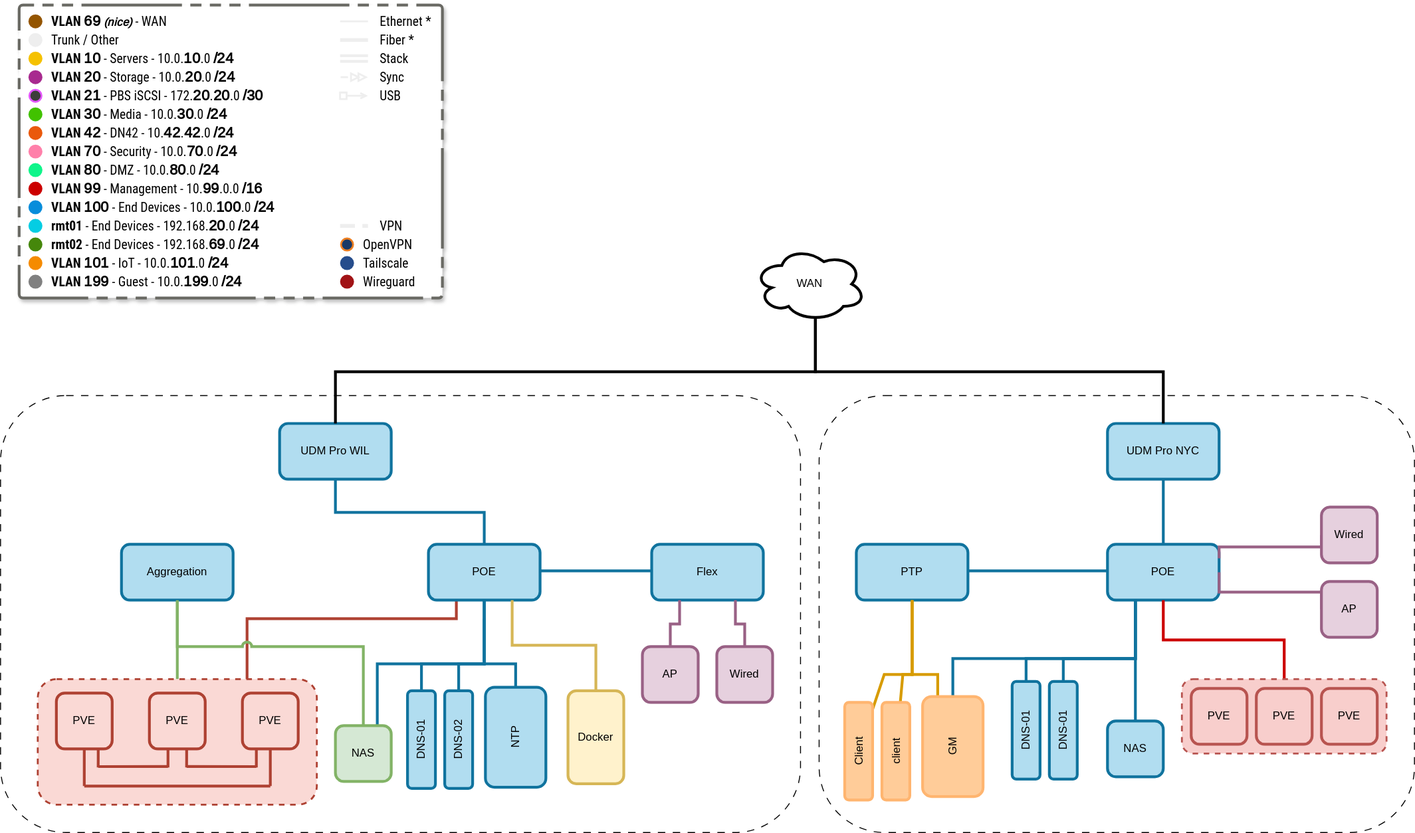
sfcal/homelab keeps this draw.io diagram as docs/assets/network.drawio.svg. Above is the earlier version. Source tidied: cells renumbered, new cells last; positions are measured from the earlier drawing's top-left corner, leaving out a move shared by most shapes.
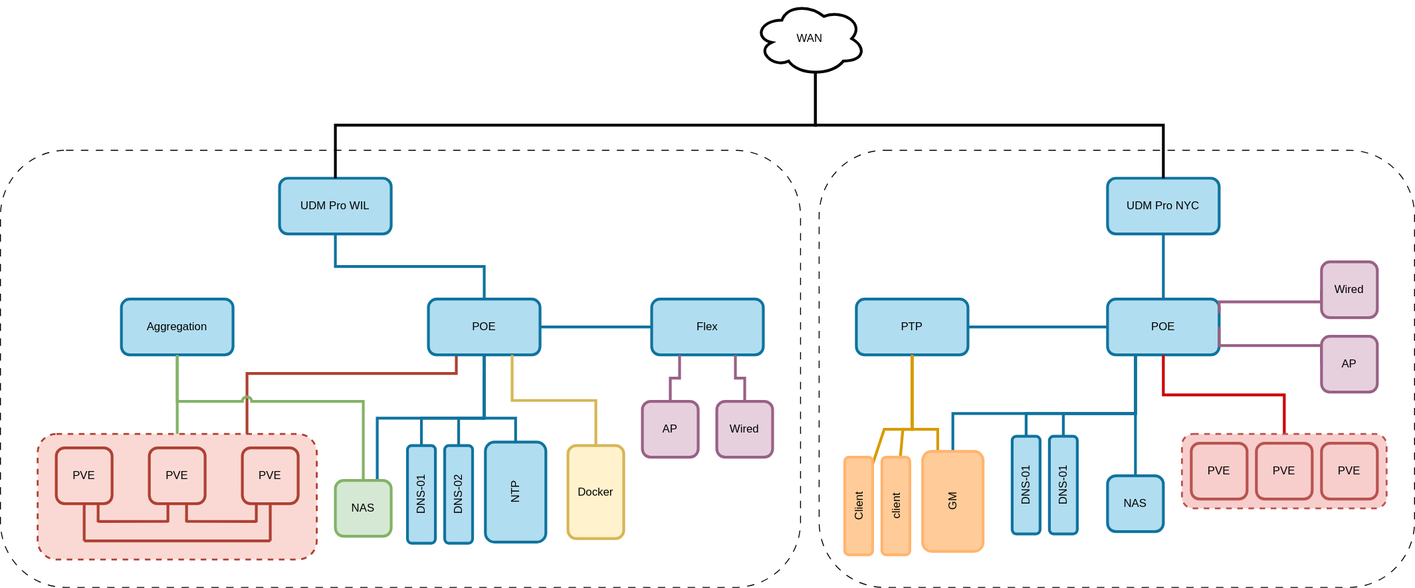
Above is the later version.

Change to the diagram source:
```diff
@@ -257,98 +257,5 @@
     <mxCell id="70" value="NAS" style="rounded=1;whiteSpace=wrap;html=1;fillColor=#b1ddf0;strokeColor=#10739e;strokeWidth=3;" parent="1" vertex="1">
       <mxGeometry x="1190" y="770" width="60" height="60" as="geometry" />
     </mxCell>
-    <mxCell id="71" style="whiteSpace=wrap;html=1;rounded=1;arcSize=8;shadow=1;glass=0;dashed=1;comic=0;strokeColor=#696963;strokeWidth=3;fillColor=#FFFFFF;fontSize=16;fontColor=#000000;align=left;labelPosition=center;verticalLabelPosition=top;verticalAlign=bottom;fontStyle=3;dashPattern=4 3 4 3 4 3 36 3;fontFamily=Titillium Web;fontSource=https%3A%2F%2Ffonts.googleapis.com%2Fcss%3Ffamily%3DTitillium%2BWeb;absoluteArcSize=1;" parent="1" vertex="1">
-      <mxGeometry x="20" width="455" height="315" as="geometry" />
-    </mxCell>
-    <mxCell id="72" value="Ethernet &lt;font&gt;*&lt;/font&gt;" style="edgeStyle=orthogonalEdgeStyle;rounded=0;orthogonalLoop=1;jettySize=auto;html=1;endArrow=none;endFill=0;strokeColor=#EEEEEE;strokeWidth=2;fontColor=#000000;labelPosition=right;verticalLabelPosition=middle;align=left;verticalAlign=middle;fontSize=14;labelBackgroundColor=none;spacingLeft=10;fontFamily=Roboto Condensed;" parent="71" edge="1">
-      <mxGeometry x="1" relative="1" as="geometry">
-        <mxPoint x="345" y="17.5" as="sourcePoint" />
-        <mxPoint x="375" y="17.5" as="targetPoint" />
-      </mxGeometry>
-    </mxCell>
-    <mxCell id="73" value="VPN" style="edgeStyle=orthogonalEdgeStyle;rounded=0;orthogonalLoop=1;jettySize=auto;html=1;endArrow=none;endFill=0;strokeColor=#EEEEEE;strokeWidth=4;fontColor=#000000;labelPosition=right;verticalLabelPosition=middle;align=left;verticalAlign=middle;fontSize=14;labelBackgroundColor=none;dashed=1;dashPattern=1 1;spacingLeft=10;dashPattern=4 2;fontFamily=Roboto Condensed;" parent="71" edge="1">
-      <mxGeometry x="1" relative="1" as="geometry">
-        <mxPoint x="345" y="237.5" as="sourcePoint" />
-        <mxPoint x="375" y="237.5" as="targetPoint" />
-      </mxGeometry>
-    </mxCell>
-    <mxCell id="74" value="Stack" style="edgeStyle=orthogonalEdgeStyle;rounded=0;orthogonalLoop=1;jettySize=auto;html=1;endArrow=none;endFill=0;strokeColor=#EEEEEE;strokeWidth=3;fontColor=#000000;labelPosition=right;verticalLabelPosition=middle;align=left;verticalAlign=middle;fontSize=14;labelBackgroundColor=none;spacingLeft=10;shape=link;fontFamily=Roboto Condensed;" parent="71" edge="1">
-      <mxGeometry x="1" relative="1" as="geometry">
-        <mxPoint x="345" y="57.5" as="sourcePoint" />
-        <mxPoint x="375" y="57.5" as="targetPoint" />
-      </mxGeometry>
-    </mxCell>
-    <mxCell id="75" value="&lt;span style=&quot;text-align: left; font-size: 14px;&quot;&gt;Trunk / Other&lt;/span&gt;" style="ellipse;html=1;strokeColor=none;fillColor=#eeeeee;labelPosition=right;verticalLabelPosition=middle;align=left;verticalAlign=middle;spacingLeft=8;fontSize=14;fontColor=#000000;fontFamily=Roboto Condensed;" parent="71" vertex="1">
-      <mxGeometry x="10" y="30" width="15" height="15" as="geometry" />
-    </mxCell>
-    <mxCell id="76" value="&lt;b style=&quot;&quot;&gt;VLAN &lt;font style=&quot;line-height: 0; font-size: 16px;&quot; face=&quot;Titillium Web&quot;&gt;10&lt;/font&gt;&lt;/b&gt;&amp;nbsp;- Servers - 10.0.&lt;font size=&quot;1&quot; face=&quot;Titillium Web&quot;&gt;&lt;b style=&quot;font-size: 16px; line-height: 0;&quot;&gt;10&lt;/b&gt;&lt;/font&gt;.0&amp;nbsp;&lt;b style=&quot;&quot;&gt;&lt;font style=&quot;line-height: 0; font-size: 16px;&quot; face=&quot;Titillium Web&quot;&gt;/24&lt;/font&gt;&lt;/b&gt;" style="ellipse;html=1;strokeColor=none;labelPosition=right;verticalLabelPosition=middle;align=left;verticalAlign=middle;spacingLeft=8;fillColor=#F5C100;fontSize=14;fontColor=#000000;fontFamily=Roboto Condensed;" parent="71" vertex="1">
-      <mxGeometry x="10" y="50" width="15" height="15" as="geometry" />
-    </mxCell>
-    <mxCell id="77" value="&lt;span style=&quot;font-size: 14px;&quot;&gt;&lt;b&gt;VLAN &lt;/b&gt;&lt;/span&gt;&lt;b&gt;&lt;font style=&quot;line-height: 0; font-size: 16px;&quot; face=&quot;Titillium Web&quot;&gt;20&lt;/font&gt;&lt;/b&gt;&amp;nbsp;- Storage&amp;nbsp;- 10.0.&lt;font size=&quot;1&quot; face=&quot;Titillium Web&quot;&gt;&lt;b style=&quot;&quot;&gt;&lt;span style=&quot;line-height: 0; font-size: 16px;&quot;&gt;20&lt;/span&gt;&lt;/b&gt;&lt;/font&gt;.0&amp;nbsp;&lt;b&gt;&lt;font style=&quot;line-height: 0; font-size: 16px;&quot; face=&quot;Titillium Web&quot;&gt;/24&lt;/font&gt;&lt;/b&gt;" style="ellipse;html=1;strokeColor=none;labelPosition=right;verticalLabelPosition=middle;align=left;verticalAlign=middle;spacingLeft=8;fillColor=#A82A8F;fontSize=14;fontColor=#000000;fontFamily=Roboto Condensed;" parent="71" vertex="1">
-      <mxGeometry x="10" y="70" width="15" height="15" as="geometry" />
-    </mxCell>
-    <mxCell id="78" value="&lt;b style=&quot;font-size: 14px;&quot;&gt;VLAN&amp;nbsp;&lt;/b&gt;&lt;b&gt;&lt;font style=&quot;line-height: 0; font-size: 16px;&quot; face=&quot;Titillium Web&quot;&gt;30&lt;/font&gt;&lt;/b&gt;&amp;nbsp;- Media&amp;nbsp;- 10.0.&lt;font size=&quot;1&quot; face=&quot;Titillium Web&quot;&gt;&lt;b style=&quot;font-size: 16px; line-height: 0;&quot;&gt;30&lt;/b&gt;&lt;/font&gt;.0&amp;nbsp;&lt;b&gt;&lt;font style=&quot;line-height: 0; font-size: 16px;&quot; face=&quot;Titillium Web&quot;&gt;/24&lt;/font&gt;&lt;/b&gt;" style="ellipse;html=1;strokeColor=none;labelPosition=right;verticalLabelPosition=middle;align=left;verticalAlign=middle;spacingLeft=8;fillColor=#41C200;fontSize=14;fontColor=#000000;fontFamily=Roboto Condensed;" parent="71" vertex="1">
-      <mxGeometry x="10" y="110" width="15" height="15" as="geometry" />
-    </mxCell>
-    <mxCell id="79" value="&lt;b style=&quot;font-size: 14px;&quot;&gt;VLAN&amp;nbsp;&lt;/b&gt;&lt;b&gt;&lt;font style=&quot;line-height: 0; font-size: 16px;&quot; face=&quot;Titillium Web&quot;&gt;70&lt;/font&gt;&lt;/b&gt;&amp;nbsp;- Security - 10.0.&lt;font size=&quot;1&quot; face=&quot;Titillium Web&quot;&gt;&lt;b style=&quot;&quot;&gt;&lt;span style=&quot;font-size: 16px; line-height: 0;&quot;&gt;70&lt;/span&gt;&lt;/b&gt;&lt;/font&gt;.0&amp;nbsp;&lt;b&gt;&lt;font style=&quot;line-height: 0; font-size: 16px;&quot; face=&quot;Titillium Web&quot;&gt;/24&lt;/font&gt;&lt;/b&gt;" style="ellipse;html=1;strokeColor=none;labelPosition=right;verticalLabelPosition=middle;align=left;verticalAlign=middle;spacingLeft=8;fillColor=#FF80AA;fontSize=14;fontColor=#000000;fontFamily=Roboto Condensed;" parent="71" vertex="1">
-      <mxGeometry x="10" y="150" width="15" height="15" as="geometry" />
-    </mxCell>
-    <mxCell id="80" value="&lt;b style=&quot;font-size: 14px;&quot;&gt;VLAN&amp;nbsp;&lt;/b&gt;&lt;b&gt;&lt;font style=&quot;line-height: 0; font-size: 16px;&quot; face=&quot;Titillium Web&quot;&gt;99&lt;/font&gt;&lt;/b&gt;&lt;b style=&quot;font-size: 14px;&quot;&gt;&amp;nbsp;&lt;/b&gt;- Management&amp;nbsp;- 10.&lt;font size=&quot;1&quot; face=&quot;Titillium Web&quot;&gt;&lt;b&gt;&lt;span style=&quot;font-size: 16px; line-height: 0;&quot;&gt;99&lt;/span&gt;&lt;/b&gt;&lt;/font&gt;.0.0&amp;nbsp;&lt;b&gt;&lt;font style=&quot;line-height: 0; font-size: 16px;&quot; face=&quot;Titillium Web&quot;&gt;/16&lt;/font&gt;&lt;/b&gt;" style="ellipse;html=1;strokeColor=none;labelPosition=right;verticalLabelPosition=middle;align=left;verticalAlign=middle;spacingLeft=8;fillColor=#c00;fontSize=14;fontColor=#000000;fontFamily=Roboto Condensed;" parent="71" vertex="1">
-      <mxGeometry x="10" y="190" width="15" height="15" as="geometry" />
-    </mxCell>
-    <mxCell id="81" value="&lt;b style=&quot;font-size: 14px;&quot;&gt;VLAN&amp;nbsp;&lt;/b&gt;&lt;b&gt;&lt;font style=&quot;line-height: 0; font-size: 16px;&quot; face=&quot;Titillium Web&quot;&gt;100&lt;/font&gt;&lt;/b&gt;&lt;b style=&quot;font-size: 14px;&quot;&gt;&amp;nbsp;&lt;/b&gt;- End Devices&amp;nbsp;- 10.0.&lt;font size=&quot;1&quot; face=&quot;Titillium Web&quot;&gt;&lt;b style=&quot;font-size: 16px; line-height: 0;&quot;&gt;100&lt;/b&gt;&lt;/font&gt;.0&amp;nbsp;&lt;b&gt;&lt;font style=&quot;line-height: 0; font-size: 16px;&quot; face=&quot;Titillium Web&quot;&gt;/24&lt;/font&gt;&lt;/b&gt;" style="ellipse;html=1;strokeColor=none;labelPosition=right;verticalLabelPosition=middle;align=left;verticalAlign=middle;spacingLeft=8;fillColor=#078DDB;fontSize=14;fontColor=#000000;fontFamily=Roboto Condensed;" parent="71" vertex="1">
-      <mxGeometry x="10" y="210" width="15" height="15" as="geometry" />
-    </mxCell>
-    <mxCell id="82" value="&lt;b style=&quot;font-size: 14px;&quot;&gt;VLAN &lt;/b&gt;&lt;b&gt;&lt;font style=&quot;line-height: 0; font-size: 16px;&quot; face=&quot;Titillium Web&quot;&gt;101&lt;/font&gt;&lt;/b&gt;&amp;nbsp;- IoT - 10.0.&lt;font size=&quot;1&quot; face=&quot;Titillium Web&quot;&gt;&lt;b style=&quot;font-size: 16px; line-height: 0;&quot;&gt;101&lt;/b&gt;&lt;/font&gt;.0&amp;nbsp;&lt;b&gt;&lt;font style=&quot;line-height: 0; font-size: 16px;&quot; face=&quot;Titillium Web&quot;&gt;/24&lt;/font&gt;&lt;/b&gt;" style="ellipse;html=1;strokeColor=none;labelPosition=right;verticalLabelPosition=middle;align=left;verticalAlign=middle;spacingLeft=8;fillColor=#F58B00;fontSize=14;fontColor=#000000;fontFamily=Roboto Condensed;" parent="71" vertex="1">
-      <mxGeometry x="10" y="270" width="15" height="15" as="geometry" />
-    </mxCell>
-    <mxCell id="83" value="Tailscale" style="ellipse;html=1;strokeColor=none;labelPosition=right;verticalLabelPosition=middle;align=left;verticalAlign=middle;spacingLeft=8;fillColor=#264D8C;fontSize=14;fontColor=#000000;strokeWidth=2;fontFamily=Roboto Condensed;" parent="71" vertex="1">
-      <mxGeometry x="345" y="270" width="15" height="15" as="geometry" />
-    </mxCell>
-    <mxCell id="84" value="&lt;span style=&quot;font-size: 14px;&quot;&gt;&lt;b&gt;VLAN &lt;/b&gt;&lt;/span&gt;&lt;b&gt;&lt;font style=&quot;line-height: 0; font-size: 16px;&quot; face=&quot;Titillium Web&quot;&gt;199&lt;/font&gt;&lt;/b&gt;&amp;nbsp;- Guest - 10.0.&lt;font size=&quot;1&quot; face=&quot;Titillium Web&quot;&gt;&lt;b style=&quot;font-size: 16px; line-height: 0;&quot;&gt;199&lt;/b&gt;&lt;/font&gt;.0&amp;nbsp;&lt;b&gt;&lt;font style=&quot;line-height: 0; font-size: 16px;&quot; face=&quot;Titillium Web&quot;&gt;/24&lt;/font&gt;&lt;/b&gt;" style="ellipse;html=1;strokeColor=none;labelPosition=right;verticalLabelPosition=middle;align=left;verticalAlign=middle;spacingLeft=8;fillColor=#808080;fontSize=14;fontColor=#000000;fontFamily=Roboto Condensed;" parent="71" vertex="1">
-      <mxGeometry x="10" y="290" width="15" height="15" as="geometry" />
-    </mxCell>
-    <mxCell id="85" value="USB" style="edgeStyle=orthogonalEdgeStyle;rounded=0;orthogonalLoop=1;jettySize=auto;html=1;endArrow=open;endFill=0;strokeColor=#EEEEEE;strokeWidth=2;fontColor=#000000;labelPosition=right;verticalLabelPosition=middle;align=left;verticalAlign=middle;fontSize=14;labelBackgroundColor=none;spacingLeft=10;startSize=4;endSize=4;startArrow=box;startFill=0;fontFamily=Roboto Condensed;" parent="71" edge="1">
-      <mxGeometry x="1" relative="1" as="geometry">
-        <mxPoint x="345" y="97.5" as="sourcePoint" />
-        <mxPoint x="375" y="97.5" as="targetPoint" />
-      </mxGeometry>
-    </mxCell>
-    <mxCell id="86" value="Sync" style="edgeStyle=orthogonalEdgeStyle;rounded=0;orthogonalLoop=1;jettySize=auto;html=1;endArrow=doubleBlock;endFill=0;strokeColor=#EEEEEE;strokeWidth=2;fontColor=#000000;labelPosition=right;verticalLabelPosition=middle;align=left;verticalAlign=middle;fontSize=14;labelBackgroundColor=none;spacingLeft=10;startSize=6;endSize=6;startArrow=none;startFill=0;flowAnimation=1;fontFamily=Roboto Condensed;" parent="71" edge="1">
-      <mxGeometry x="1" relative="1" as="geometry">
-        <mxPoint x="345" y="77.5" as="sourcePoint" />
-        <mxPoint x="375" y="77.5" as="targetPoint" />
-      </mxGeometry>
-    </mxCell>
-    <mxCell id="87" value="&lt;span style=&quot;font-size: 14px;&quot;&gt;&lt;b&gt;VLAN &lt;/b&gt;&lt;/span&gt;&lt;b style=&quot;font-size: 12px;&quot;&gt;&lt;font face=&quot;Titillium Web&quot;&gt;&lt;font style=&quot;line-height: 0; font-size: 16px;&quot;&gt;69&lt;/font&gt;&lt;font style=&quot;line-height: 0; font-size: 12px;&quot;&gt; &lt;i style=&quot;&quot;&gt;&lt;font&gt;(nice)&lt;/font&gt;&lt;/i&gt;&lt;/font&gt;&lt;/font&gt;&lt;/b&gt;&amp;nbsp;- WAN" style="ellipse;html=1;strokeColor=none;labelPosition=right;verticalLabelPosition=middle;align=left;verticalAlign=middle;spacingLeft=8;fillColor=#945500;fontSize=14;fontColor=#000000;fontFamily=Roboto Condensed;" parent="71" vertex="1">
-      <mxGeometry x="10" y="10" width="15" height="15" as="geometry" />
-    </mxCell>
-    <mxCell id="88" value="Wireguard" style="ellipse;html=1;strokeColor=none;labelPosition=right;verticalLabelPosition=middle;align=left;verticalAlign=middle;spacingLeft=8;fillColor=#A11316;fontSize=14;fontColor=#000000;fontFamily=Roboto Condensed;" parent="71" vertex="1">
-      <mxGeometry x="345" y="290" width="15" height="15" as="geometry" />
-    </mxCell>
-    <mxCell id="89" value="Fiber &lt;font&gt;*&lt;/font&gt;" style="edgeStyle=orthogonalEdgeStyle;rounded=0;orthogonalLoop=1;jettySize=auto;html=1;endArrow=none;endFill=0;strokeColor=#EEEEEE;strokeWidth=4;fontColor=#000000;labelPosition=right;verticalLabelPosition=middle;align=left;verticalAlign=middle;fontSize=14;labelBackgroundColor=none;spacingLeft=10;fontFamily=Roboto Condensed;startArrow=none;startFill=0;" parent="71" edge="1">
-      <mxGeometry x="1" relative="1" as="geometry">
-        <mxPoint x="345" y="37.5" as="sourcePoint" />
-        <mxPoint x="375" y="37.5" as="targetPoint" />
-      </mxGeometry>
-    </mxCell>
-    <mxCell id="90" value="&lt;b&gt;rmt01&lt;/b&gt; - End Devices - 192.168.&lt;font size=&quot;1&quot; face=&quot;Titillium Web&quot;&gt;&lt;b style=&quot;font-size: 16px; line-height: 0;&quot;&gt;20&lt;/b&gt;&lt;/font&gt;.0&amp;nbsp;&lt;b&gt;&lt;font style=&quot;line-height: 0; font-size: 16px;&quot; face=&quot;Titillium Web&quot;&gt;/24&lt;/font&gt;&lt;/b&gt;" style="ellipse;html=1;strokeColor=none;labelPosition=right;verticalLabelPosition=middle;align=left;verticalAlign=middle;spacingLeft=8;fillColor=#04CDE3;fontSize=14;fontColor=#000000;fontFamily=Roboto Condensed;" parent="71" vertex="1">
-      <mxGeometry x="10" y="230" width="15" height="15" as="geometry" />
-    </mxCell>
-    <mxCell id="91" value="&lt;b&gt;rmt02&lt;/b&gt;&amp;nbsp;- End Devices - 192.168.&lt;font size=&quot;1&quot; face=&quot;Titillium Web&quot;&gt;&lt;b style=&quot;font-size: 16px; line-height: 0;&quot;&gt;69&lt;/b&gt;&lt;/font&gt;.0&amp;nbsp;&lt;b&gt;&lt;font style=&quot;line-height: 0; font-size: 16px;&quot; face=&quot;Titillium Web&quot;&gt;/24&lt;/font&gt;&lt;/b&gt;" style="ellipse;html=1;strokeColor=none;labelPosition=right;verticalLabelPosition=middle;align=left;verticalAlign=middle;spacingLeft=8;fillColor=#45870B;fontSize=14;fontColor=#000000;fontFamily=Roboto Condensed;" parent="71" vertex="1">
-      <mxGeometry x="10" y="250" width="15" height="15" as="geometry" />
-    </mxCell>
-    <mxCell id="92" value="&lt;p style=&quot;line-height: 100%;&quot;&gt;&lt;b style=&quot;font-size: 14px;&quot;&gt;VLAN&amp;nbsp;&lt;/b&gt;&lt;b&gt;&lt;font style=&quot;line-height: 0; font-size: 16px;&quot; face=&quot;Titillium Web&quot;&gt;42&lt;/font&gt;&lt;/b&gt;&amp;nbsp;- DN42 - 10.&lt;font size=&quot;1&quot; face=&quot;Titillium Web&quot;&gt;&lt;b style=&quot;font-size: 16px;&quot;&gt;42&lt;/b&gt;&lt;/font&gt;.&lt;font size=&quot;1&quot; face=&quot;Titillium Web&quot;&gt;&lt;b style=&quot;&quot;&gt;&lt;span style=&quot;font-size: 16px; line-height: 0;&quot;&gt;42&lt;/span&gt;&lt;/b&gt;&lt;/font&gt;.0&amp;nbsp;&lt;b&gt;&lt;font style=&quot;line-height: 0; font-size: 16px;&quot; face=&quot;Titillium Web&quot;&gt;/24&lt;/font&gt;&lt;/b&gt;&lt;/p&gt;" style="ellipse;html=1;strokeColor=none;labelPosition=right;verticalLabelPosition=middle;align=left;verticalAlign=middle;spacingLeft=8;fillColor=#EA590C;fontSize=14;fontColor=#000000;fontFamily=Roboto Condensed;" parent="71" vertex="1">
-      <mxGeometry x="10" y="130" width="15" height="15" as="geometry" />
-    </mxCell>
-    <mxCell id="93" value="&lt;font style=&quot;&quot;&gt;&lt;b style=&quot;font-size: 14px;&quot;&gt;VLAN &lt;/b&gt;&lt;b style=&quot;&quot;&gt;&lt;font face=&quot;Titillium Web&quot; style=&quot;line-height: 0; font-size: 16px;&quot;&gt;21&lt;/font&gt;&lt;/b&gt;&amp;nbsp;- PBS iSCSI - 172.&lt;font face=&quot;Titillium Web&quot; style=&quot;&quot; size=&quot;1&quot;&gt;&lt;b style=&quot;font-size: 16px;&quot;&gt;20&lt;/b&gt;&lt;/font&gt;.&lt;font face=&quot;Titillium Web&quot; style=&quot;font-size: 16px;&quot;&gt;&lt;b&gt;2&lt;font style=&quot;font-size: 16px;&quot;&gt;0&lt;/font&gt;&lt;/b&gt;&lt;/font&gt;.0&amp;nbsp;&lt;b style=&quot;&quot;&gt;&lt;font face=&quot;Titillium Web&quot; style=&quot;line-height: 0; font-size: 16px;&quot;&gt;/30&lt;/font&gt;&lt;/b&gt;&lt;/font&gt;" style="fontColor=#000000;verticalAlign=middle;verticalLabelPosition=middle;labelPosition=right;align=left;html=1;fillColor=#3D3D3A;strokeColor=#E355FF;gradientColor=none;gradientDirection=north;strokeWidth=2;shape=(stored shape, 212 characters);labelBackgroundColor=none;fontFamily=Roboto Condensed;fontSize=14;spacingLeft=8;spacingBottom=2;spacing=2;" parent="71" vertex="1">
-      <mxGeometry x="10" y="90" width="15" height="15" as="geometry" />
-    </mxCell>
-    <mxCell id="94" value="&lt;font style=&quot;font-size: 14px;&quot; face=&quot;Roboto Condensed&quot;&gt;OpenVPN&lt;/font&gt;" style="fontColor=#000000;verticalAlign=middle;verticalLabelPosition=middle;labelPosition=right;align=left;html=1;fillColor=#1A3967;strokeColor=#ED7F22;gradientColor=none;gradientDirection=north;strokeWidth=2;shape=(stored shape, 212 characters);labelBackgroundColor=none;fontFamily=Roboto Condensed;fontSize=14;spacingLeft=8;" parent="71" vertex="1">
-      <mxGeometry x="345" y="250" width="15" height="15" as="geometry" />
-    </mxCell>
-    <mxCell id="95" value="&lt;b style=&quot;font-size: 14px;&quot;&gt;VLAN&amp;nbsp;&lt;/b&gt;&lt;b&gt;&lt;font style=&quot;line-height: 0; font-size: 16px;&quot; face=&quot;Titillium Web&quot;&gt;80&lt;/font&gt;&lt;/b&gt;&amp;nbsp;- DMZ - 10.0.&lt;font size=&quot;1&quot; face=&quot;Titillium Web&quot;&gt;&lt;b style=&quot;&quot;&gt;&lt;span style=&quot;font-size: 16px; line-height: 0;&quot;&gt;80&lt;/span&gt;&lt;/b&gt;&lt;/font&gt;.0&amp;nbsp;&lt;b&gt;&lt;font style=&quot;line-height: 0; font-size: 16px;&quot; face=&quot;Titillium Web&quot;&gt;/24&lt;/font&gt;&lt;/b&gt;" style="ellipse;html=1;strokeColor=none;labelPosition=right;verticalLabelPosition=middle;align=left;verticalAlign=middle;spacingLeft=8;fillColor=#0ff58a;fontSize=14;fontColor=#000000;fontFamily=Roboto Condensed;" parent="71" vertex="1">
-      <mxGeometry x="10" y="170" width="15" height="15" as="geometry" />
-    </mxCell>
   </root>
 </mxGraphModel>
```
